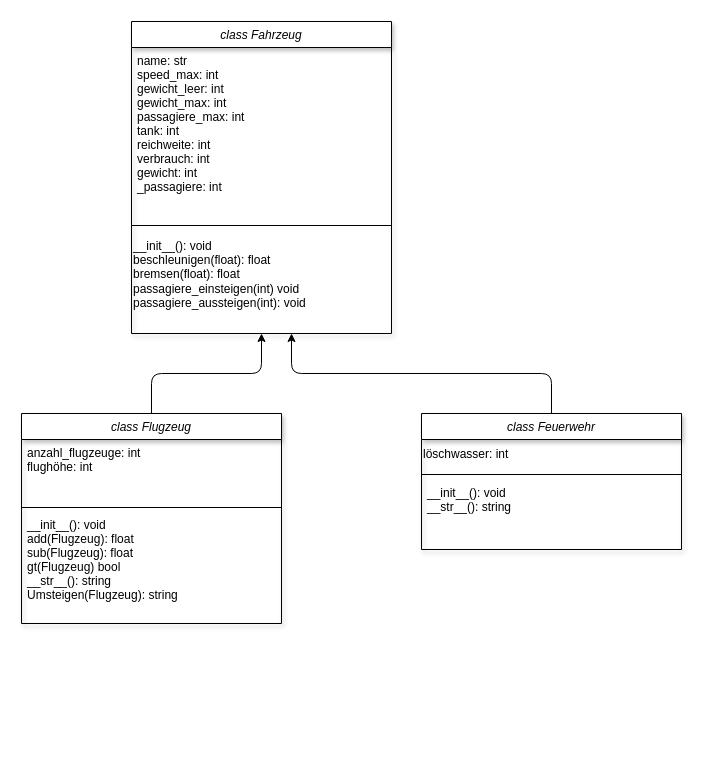
Above: page "Flugzeug" (1 of 2) of Klassendiagramm.drawio in sstreichan/ProjektFlugzeug (draw.io), before the change. Source tidied: cells renumbered, new cells numbered last; positions are measured from the earlier drawing's top-left corner, leaving out a move shared by most shapes. Both pictures are drawn from the tidied source at 100%, with x=0, y=0 at pixel (21, 21).
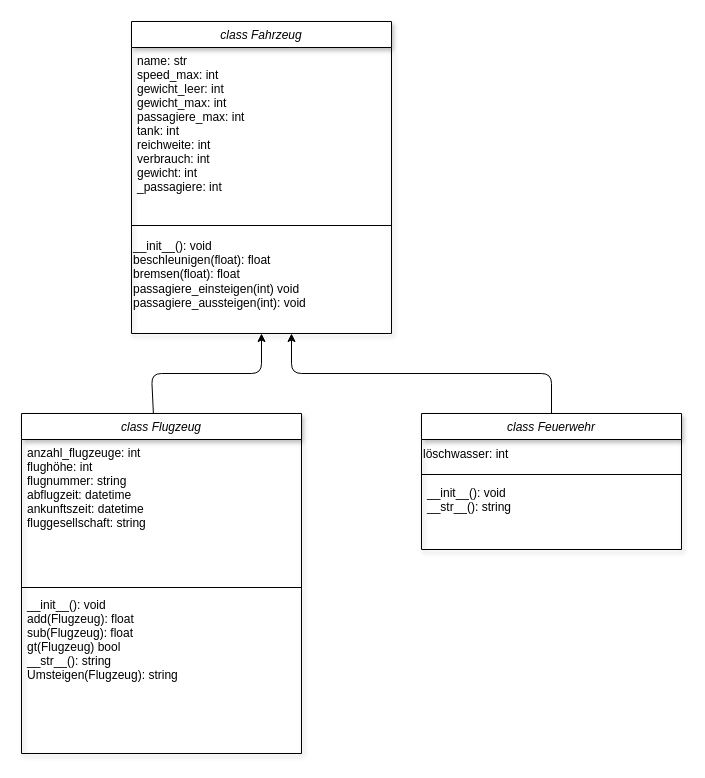
The same page after the edit.

Commit message:
Attribute hinzugefügt

The edit, as a diff of the source:
```diff
@@
 <mxGraphModel>
   <root>
     <mxCell id="0" />
     <mxCell id="1" parent="0" />
     <mxCell id="2" style="edgeStyle=none;html=1;entryX=0.5;entryY=1;entryDx=0;entryDy=0;" parent="1" edge="1" source="3" target="7">
       <mxGeometry relative="1" as="geometry">
         <Array as="points">
           <mxPoint x="130" y="352" />
           <mxPoint x="240" y="352" />
         </Array>
       </mxGeometry>
     </mxCell>
     <mxCell id="3" value="class Flugzeug" style="swimlane;fontStyle=2;align=center;verticalAlign=top;horizontal=1;startSize=26;rounded=0;shadow=1;strokeWidth=1;" parent="1" vertex="1">
-      <mxGeometry y="392" width="260" height="210" as="geometry" />
+      <mxGeometry y="392" width="280" height="340" as="geometry" />
     </mxCell>
-    <mxCell id="4" value="anzahl_flugzeuge: int&#10;flughöhe: int&#10;" style="text;align=left;verticalAlign=top;spacingLeft=4;spacingRight=4;overflow=hidden;rounded=0;shadow=0;html=0;" parent="3" vertex="1">
-      <mxGeometry y="26" width="260" height="64" as="geometry" />
+    <mxCell id="4" value="anzahl_flugzeuge: int&#10;flughöhe: int&#10;flugnummer: string&#10;abflugzeit: datetime&#10;ankunftszeit: datetime&#10;fluggesellschaft: string " style="text;align=left;verticalAlign=top;spacingLeft=4;spacingRight=4;overflow=hidden;rounded=0;shadow=0;html=0;" parent="3" vertex="1">
+      <mxGeometry y="26" width="280" height="144" as="geometry" />
     </mxCell>
     <mxCell id="5" style="line;html=1;strokeWidth=1;align=left;verticalAlign=middle;spacingTop=-1;spacingLeft=3;spacingRight=3;labelPosition=right;" parent="3" vertex="1">
-      <mxGeometry y="90" width="260" height="8" as="geometry" />
+      <mxGeometry y="170" width="280" height="8" as="geometry" />
     </mxCell>
-    <mxCell id="6" value="__init__(): void&#10;add(Flugzeug): float&#10;sub(Flugzeug): float&#10;gt(Flugzeug) bool&#10;__str__(): string&#10;Umsteigen(Flugzeug): string" style="text;align=left;verticalAlign=top;spacingLeft=4;spacingRight=4;overflow=hidden;" parent="3" vertex="1">
-      <mxGeometry y="98" width="260" height="112" as="geometry" />
+    <mxCell id="6" value="__init__(): void&#10;add(Flugzeug): float&#10;sub(Flugzeug): float&#10;gt(Flugzeug) bool&#10;__str__(): string&#10;Umsteigen(Flugzeug): string&#10;" style="text;align=left;verticalAlign=top;spacingLeft=4;spacingRight=4;overflow=hidden;" parent="3" vertex="1">
+      <mxGeometry y="178" width="280" height="162" as="geometry" />
     </mxCell>
     <mxCell id="7" value="class Fahrzeug" style="swimlane;fontStyle=2;align=center;verticalAlign=top;horizontal=1;startSize=26;rounded=0;shadow=1;strokeWidth=1;" parent="1" vertex="1">
       <mxGeometry x="110" width="260" height="312" as="geometry" />
     </mxCell>
     <mxCell id="8" value="name: str&#10;speed_max: int&#10;gewicht_leer: int&#10;gewicht_max: int&#10;passagiere_max: int&#10;tank: int&#10;reichweite: int&#10;verbrauch: int&#10;gewicht: int&#10;_passagiere: int" style="text;align=left;verticalAlign=top;spacingLeft=4;spacingRight=4;overflow=hidden;rounded=0;shadow=0;html=0;" parent="7" vertex="1">
       <mxGeometry y="26" width="260" height="174" as="geometry" />
     </mxCell>
     <mxCell id="9" style="line;html=1;strokeWidth=1;align=left;verticalAlign=middle;spacingTop=-1;spacingLeft=3;spacingRight=3;labelPosition=right;" parent="7" vertex="1">
       <mxGeometry y="200" width="260" height="8" as="geometry" />
     </mxCell>
     <mxCell id="10" value="__init__(): void&lt;span style=&quot;&quot;&gt;&lt;br&gt;beschleunigen(float): float&lt;/span&gt;&lt;br style=&quot;padding: 0px; margin: 0px;&quot;&gt;&lt;span style=&quot;&quot;&gt;bremsen(float): float&lt;/span&gt;&lt;br style=&quot;padding: 0px; margin: 0px;&quot;&gt;&lt;span style=&quot;&quot;&gt;passagiere_einsteigen(int) void&lt;/span&gt;&lt;br style=&quot;padding: 0px; margin: 0px;&quot;&gt;&lt;span style=&quot;&quot;&gt;passagiere_aussteigen(int): void&lt;/span&gt;" style="text;html=1;align=left;verticalAlign=middle;strokeColor=none;fillColor=none;" parent="7" vertex="1">
       <mxGeometry y="208" width="260" height="90" as="geometry" />
     </mxCell>
     <mxCell id="11" style="edgeStyle=none;html=1;" parent="1" edge="1" source="12">
       <mxGeometry relative="1" as="geometry">
         <mxPoint x="270" y="312" as="targetPoint" />
         <Array as="points">
           <mxPoint x="530" y="352" />
           <mxPoint x="270" y="352" />
         </Array>
       </mxGeometry>
     </mxCell>
     <mxCell id="12" value="class Feuerwehr" style="swimlane;fontStyle=2;align=center;verticalAlign=top;horizontal=1;startSize=26;rounded=0;shadow=1;strokeWidth=1;" parent="1" vertex="1">
       <mxGeometry x="400" y="392" width="260" height="136" as="geometry" />
     </mxCell>
     <mxCell id="13" value="löschwasser: int" style="text;html=1;align=left;verticalAlign=middle;strokeColor=none;fillColor=none;" parent="12" vertex="1">
       <mxGeometry y="26" width="260" height="30" as="geometry" />
     </mxCell>
     <mxCell id="14" style="line;html=1;strokeWidth=1;align=left;verticalAlign=middle;spacingTop=-1;spacingLeft=3;spacingRight=3;labelPosition=right;" parent="12" vertex="1">
       <mxGeometry y="56" width="260" height="10" as="geometry" />
     </mxCell>
     <mxCell id="15" value="__init__(): void&#10;__str__(): string&#10;" style="text;align=left;verticalAlign=top;spacingLeft=4;spacingRight=4;overflow=hidden;" parent="12" vertex="1">
       <mxGeometry y="66" width="260" height="70" as="geometry" />
     </mxCell>
   </root>
 </mxGraphModel>
```
